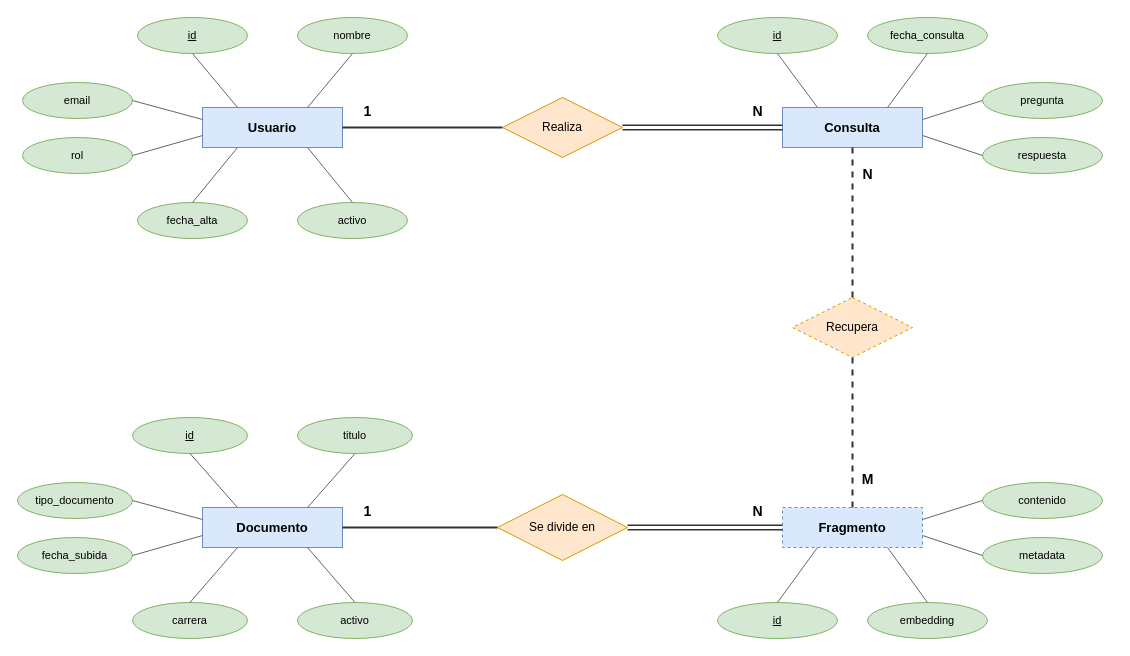
Above: db/bot/er.drawio in marcosdima/final-as (draw.io), before the change. Source tidied: cells renumbered, new cells numbered last; positions are measured from the earlier drawing's top-left corner, leaving out a move shared by most shapes. Both pictures are drawn from the tidied source at 100%, with x=0, y=0 at pixel (17, 17).
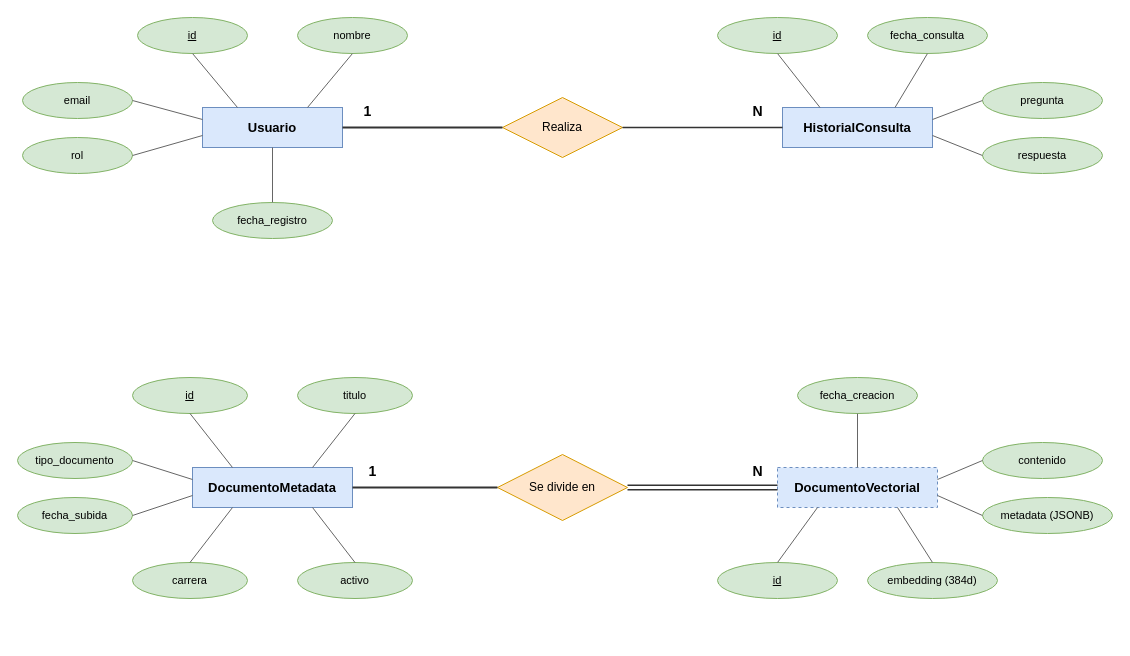
The same page after the edit.

Commit message (it also covers changes not shown here):
chore(db-bot): update ER diagrams and remove obsolete dbdiagram files

Unchanged cells that the change refers to:
```xml
<mxCell id="2" value="Usuario" style="rounded=0;whiteSpace=wrap;html=1;fillColor=#dae8fc;strokeColor=#6c8ebf;fontSize=13;fontStyle=1;" parent="1" vertex="1">
  <mxGeometry x="185" y="90" width="140" height="40" as="geometry" />
</mxCell>
<mxCell id="6" value="Realiza" style="rhombus;whiteSpace=wrap;html=1;fillColor=#ffe6cc;strokeColor=#d79b00;fontSize=12;" parent="1" vertex="1">
  <mxGeometry x="485" y="80" width="120" height="60" as="geometry" />
</mxCell>
```

The edit, as a diff of the source:
```diff
@@
-    <mxCell id="3" value="Consulta" style="rounded=0;whiteSpace=wrap;html=1;fillColor=#dae8fc;strokeColor=#6c8ebf;fontSize=13;fontStyle=1;" parent="1" vertex="1">
-      <mxGeometry x="765" y="90" width="140" height="40" as="geometry" />
+    <mxCell id="3" value="HistorialConsulta" style="rounded=0;whiteSpace=wrap;html=1;fillColor=#dae8fc;strokeColor=#6c8ebf;fontSize=13;fontStyle=1;" parent="1" vertex="1">
+      <mxGeometry x="765" y="90" width="150" height="40" as="geometry" />
     </mxCell>
-    <mxCell id="4" value="Documento" style="rounded=0;whiteSpace=wrap;html=1;fillColor=#dae8fc;strokeColor=#6c8ebf;fontSize=13;fontStyle=1;" parent="1" vertex="1">
-      <mxGeometry x="185" y="490" width="140" height="40" as="geometry" />
+    <mxCell id="4" value="DocumentoMetadata" style="rounded=0;whiteSpace=wrap;html=1;fillColor=#dae8fc;strokeColor=#6c8ebf;fontSize=13;fontStyle=1;" parent="1" vertex="1">
+      <mxGeometry x="175" y="450" width="160" height="40" as="geometry" />
     </mxCell>
-    <mxCell id="5" value="Fragmento" style="rounded=0;whiteSpace=wrap;html=1;fillColor=#dae8fc;strokeColor=#6c8ebf;fontSize=13;fontStyle=1;dashed=1;" parent="1" vertex="1">
-      <mxGeometry x="765" y="490" width="140" height="40" as="geometry" />
+    <mxCell id="5" value="DocumentoVectorial" style="rounded=0;whiteSpace=wrap;html=1;fillColor=#dae8fc;strokeColor=#6c8ebf;fontSize=13;fontStyle=1;dashed=1;" parent="1" vertex="1">
+      <mxGeometry x="760" y="450" width="160" height="40" as="geometry" />
     </mxCell>
@@
     <mxCell id="7" value="Se divide en" style="rhombus;whiteSpace=wrap;html=1;fillColor=#ffe6cc;strokeColor=#d79b00;fontSize=12;" parent="1" vertex="1">
-      <mxGeometry x="480" y="477" width="130" height="66" as="geometry" />
+      <mxGeometry x="480" y="437" width="130" height="66" as="geometry" />
     </mxCell>
-    <mxCell id="8" value="Recupera" style="rhombus;whiteSpace=wrap;html=1;fillColor=#ffe6cc;strokeColor=#d79b00;fontSize=12;dashed=1;" parent="1" vertex="1">
-      <mxGeometry x="775" y="280" width="120" height="60" as="geometry" />
-    </mxCell>
@@
-    <mxCell id="13" value="fecha_alta" style="ellipse;whiteSpace=wrap;html=1;fillColor=#d5e8d4;strokeColor=#82b366;fontSize=11;" parent="1" vertex="1">
-      <mxGeometry x="120" y="185" width="110" height="36" as="geometry" />
+    <mxCell id="13" value="fecha_registro" style="ellipse;whiteSpace=wrap;html=1;fillColor=#d5e8d4;strokeColor=#82b366;fontSize=11;" parent="1" vertex="1">
+      <mxGeometry x="195" y="185" width="120" height="36" as="geometry" />
     </mxCell>
-    <mxCell id="14" value="activo" style="ellipse;whiteSpace=wrap;html=1;fillColor=#d5e8d4;strokeColor=#82b366;fontSize=11;" parent="1" vertex="1">
-      <mxGeometry x="280" y="185" width="110" height="36" as="geometry" />
-    </mxCell>
@@
     <mxCell id="19" value="&lt;u&gt;id&lt;/u&gt;" style="ellipse;whiteSpace=wrap;html=1;fillColor=#d5e8d4;strokeColor=#82b366;fontSize=11;" parent="1" vertex="1">
-      <mxGeometry x="115" y="400" width="115" height="36" as="geometry" />
+      <mxGeometry x="115" y="360" width="115" height="36" as="geometry" />
     </mxCell>
     <mxCell id="20" value="titulo" style="ellipse;whiteSpace=wrap;html=1;fillColor=#d5e8d4;strokeColor=#82b366;fontSize=11;" parent="1" vertex="1">
-      <mxGeometry x="280" y="400" width="115" height="36" as="geometry" />
+      <mxGeometry x="280" y="360" width="115" height="36" as="geometry" />
     </mxCell>
     <mxCell id="21" value="tipo_documento" style="ellipse;whiteSpace=wrap;html=1;fillColor=#d5e8d4;strokeColor=#82b366;fontSize=11;" parent="1" vertex="1">
-      <mxGeometry y="465" width="115" height="36" as="geometry" />
+      <mxGeometry y="425" width="115" height="36" as="geometry" />
     </mxCell>
     <mxCell id="22" value="fecha_subida" style="ellipse;whiteSpace=wrap;html=1;fillColor=#d5e8d4;strokeColor=#82b366;fontSize=11;" parent="1" vertex="1">
-      <mxGeometry y="520" width="115" height="36" as="geometry" />
+      <mxGeometry y="480" width="115" height="36" as="geometry" />
     </mxCell>
     <mxCell id="23" value="carrera" style="ellipse;whiteSpace=wrap;html=1;fillColor=#d5e8d4;strokeColor=#82b366;fontSize=11;" parent="1" vertex="1">
-      <mxGeometry x="115" y="585" width="115" height="36" as="geometry" />
+      <mxGeometry x="115" y="545" width="115" height="36" as="geometry" />
     </mxCell>
     <mxCell id="24" value="activo" style="ellipse;whiteSpace=wrap;html=1;fillColor=#d5e8d4;strokeColor=#82b366;fontSize=11;" parent="1" vertex="1">
-      <mxGeometry x="280" y="585" width="115" height="36" as="geometry" />
+      <mxGeometry x="280" y="545" width="115" height="36" as="geometry" />
     </mxCell>
     <mxCell id="25" value="contenido" style="ellipse;whiteSpace=wrap;html=1;fillColor=#d5e8d4;strokeColor=#82b366;fontSize=11;" parent="1" vertex="1">
-      <mxGeometry x="965" y="465" width="120" height="36" as="geometry" />
+      <mxGeometry x="965" y="425" width="120" height="36" as="geometry" />
     </mxCell>
-    <mxCell id="26" value="metadata" style="ellipse;whiteSpace=wrap;html=1;fillColor=#d5e8d4;strokeColor=#82b366;fontSize=11;" parent="1" vertex="1">
-      <mxGeometry x="965" y="520" width="120" height="36" as="geometry" />
+    <mxCell id="26" value="metadata (JSONB)" style="ellipse;whiteSpace=wrap;html=1;fillColor=#d5e8d4;strokeColor=#82b366;fontSize=11;" parent="1" vertex="1">
+      <mxGeometry x="965" y="480" width="130" height="36" as="geometry" />
     </mxCell>
     <mxCell id="27" value="&lt;u&gt;id&lt;/u&gt;" style="ellipse;whiteSpace=wrap;html=1;fillColor=#d5e8d4;strokeColor=#82b366;fontSize=11;" parent="1" vertex="1">
-      <mxGeometry x="700" y="585" width="120" height="36" as="geometry" />
+      <mxGeometry x="700" y="545" width="120" height="36" as="geometry" />
     </mxCell>
-    <mxCell id="28" value="embedding" style="ellipse;whiteSpace=wrap;html=1;fillColor=#d5e8d4;strokeColor=#82b366;fontSize=11;" parent="1" vertex="1">
-      <mxGeometry x="850" y="585" width="120" height="36" as="geometry" />
+    <mxCell id="28" value="embedding (384d)" style="ellipse;whiteSpace=wrap;html=1;fillColor=#d5e8d4;strokeColor=#82b366;fontSize=11;" parent="1" vertex="1">
+      <mxGeometry x="850" y="545" width="130" height="36" as="geometry" />
     </mxCell>
+    <mxCell id="61" value="fecha_creacion" style="ellipse;whiteSpace=wrap;html=1;fillColor=#d5e8d4;strokeColor=#82b366;fontSize=11;" parent="1" vertex="1">
+      <mxGeometry x="780" y="360" width="120" height="36" as="geometry" />
+    </mxCell>
@@
-    <mxCell id="33" style="edgeStyle=none;html=1;endArrow=none;strokeColor=#666666;exitX=0.5;exitY=0;exitDx=0;exitDy=0;entryX=0.25;entryY=1;entryDx=0;entryDy=0;" parent="1" edge="1" source="13" target="2">
+    <mxCell id="33" style="edgeStyle=none;html=1;endArrow=none;strokeColor=#666666;exitX=0.5;exitY=0;exitDx=0;exitDy=0;entryX=0.5;entryY=1;entryDx=0;entryDy=0;" parent="1" edge="1" source="13" target="2">
       <mxGeometry relative="1" as="geometry" />
     </mxCell>
-    <mxCell id="34" style="edgeStyle=none;html=1;endArrow=none;strokeColor=#666666;exitX=0.5;exitY=0;exitDx=0;exitDy=0;entryX=0.75;entryY=1;entryDx=0;entryDy=0;" parent="1" edge="1" source="14" target="2">
-      <mxGeometry relative="1" as="geometry" />
-    </mxCell>
@@
+    <mxCell id="62" style="edgeStyle=none;html=1;endArrow=none;strokeColor=#666666;exitX=0.5;exitY=1;exitDx=0;exitDy=0;entryX=0.5;entryY=0;entryDx=0;entryDy=0;" parent="1" edge="1" source="61" target="5">
+      <mxGeometry relative="1" as="geometry" />
+    </mxCell>
@@
-    <mxCell id="50" style="shape=link;edgeStyle=none;html=1;endArrow=none;strokeWidth=1.5;strokeColor=#333333;exitX=1;exitY=0.5;exitDx=0;exitDy=0;entryX=0;entryY=0.5;entryDx=0;entryDy=0;" parent="1" edge="1" source="6" target="3">
+    <mxCell id="50" style="edgeStyle=none;html=1;endArrow=none;strokeWidth=1.5;strokeColor=#333333;exitX=1;exitY=0.5;exitDx=0;exitDy=0;entryX=0;entryY=0.5;entryDx=0;entryDy=0;" parent="1" edge="1" source="6" target="3">
       <mxGeometry relative="1" as="geometry" />
     </mxCell>
@@
-    <mxCell id="53" style="edgeStyle=none;html=1;endArrow=none;strokeWidth=2;strokeColor=#333333;dashed=1;exitX=0.5;exitY=1;exitDx=0;exitDy=0;entryX=0.5;entryY=0;entryDx=0;entryDy=0;" parent="1" edge="1" source="3" target="8">
-      <mxGeometry relative="1" as="geometry" />
-    </mxCell>
-    <mxCell id="54" style="edgeStyle=none;html=1;endArrow=none;strokeWidth=2;strokeColor=#333333;dashed=1;exitX=0.5;exitY=1;exitDx=0;exitDy=0;entryX=0.5;entryY=0;entryDx=0;entryDy=0;" parent="1" edge="1" source="8" target="5">
-      <mxGeometry relative="1" as="geometry" />
-    </mxCell>
@@
     <mxCell id="57" value="1" style="text;html=1;align=center;verticalAlign=middle;fontSize=14;fontStyle=1;" parent="1" vertex="1">
-      <mxGeometry x="340" y="482" width="20" height="24" as="geometry" />
+      <mxGeometry x="345" y="442" width="20" height="24" as="geometry" />
     </mxCell>
     <mxCell id="58" value="N" style="text;html=1;align=center;verticalAlign=middle;fontSize=14;fontStyle=1;" parent="1" vertex="1">
-      <mxGeometry x="730" y="482" width="20" height="24" as="geometry" />
+      <mxGeometry x="730" y="442" width="20" height="24" as="geometry" />
     </mxCell>
-    <mxCell id="59" value="N" style="text;html=1;align=center;verticalAlign=middle;fontSize=14;fontStyle=1;" parent="1" vertex="1">
-      <mxGeometry x="840" y="145" width="20" height="24" as="geometry" />
-    </mxCell>
-    <mxCell id="60" value="M" style="text;html=1;align=center;verticalAlign=middle;fontSize=14;fontStyle=1;" parent="1" vertex="1">
-      <mxGeometry x="840" y="450" width="20" height="24" as="geometry" />
-    </mxCell>
```
